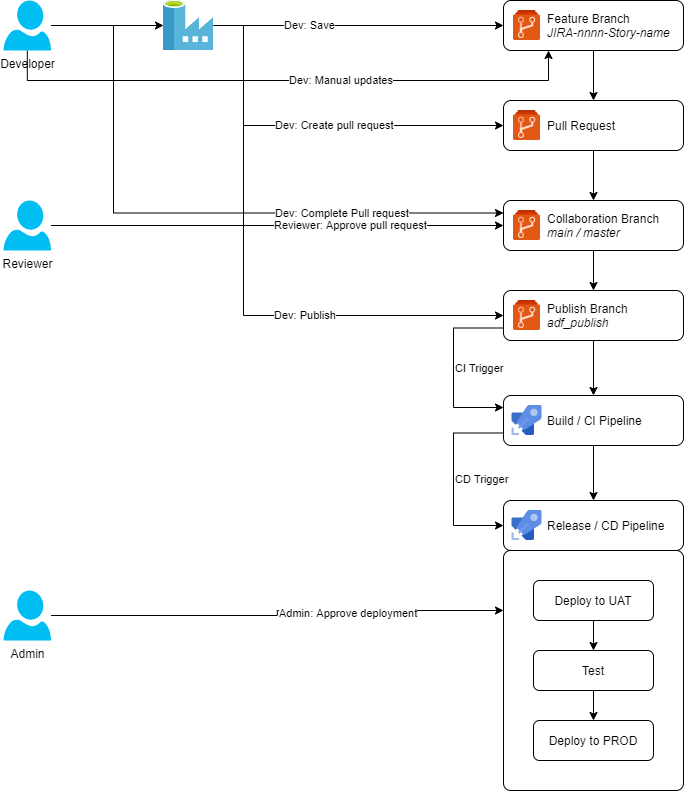
Earlier version of the draw.io export docs/azure/azure-data-factory-build-and-release/data-factory-build-and-release-cicd.png (ivangeorgiev/gems). Source tidied: cells renumbered, new cells last; positions are measured from the earlier drawing's top-left corner, leaving out a move shared by most shapes.
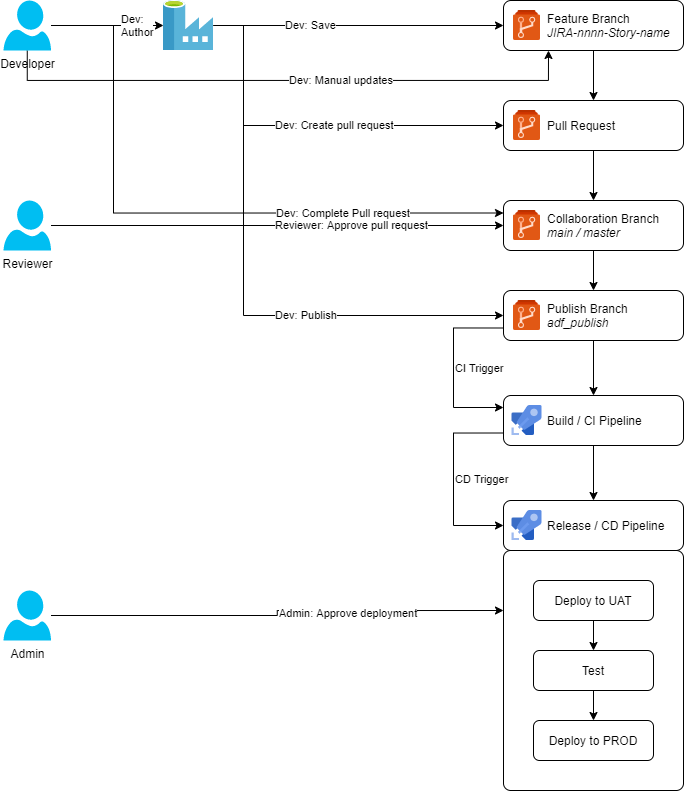
After the change.

Commit message:
Azure Data Factory CICD

Change to the diagram source:
```diff
@@ -50,8 +50,8 @@
     <mxCell id="11" style="html=1;points=[];align=center;image;fontSize=12;image=img/lib/mscae/Data_Factory.svg;" parent="1" vertex="1">
       <mxGeometry x="160" width="50" height="50" as="geometry" />
     </mxCell>
-    <mxCell id="12" style="edgeStyle=orthogonalEdgeStyle;rounded=0;jettySize=auto;html=1;" parent="1" edge="1" source="15" target="11">
-      <mxGeometry relative="1" as="geometry" />
+    <mxCell id="12" value="Dev: &lt;br&gt;Author" style="edgeStyle=orthogonalEdgeStyle;rounded=0;jettySize=auto;html=1;align=left;" parent="1" edge="1" source="15" target="11">
+      <mxGeometry x="0.22" relative="1" as="geometry" />
     </mxCell>
     <mxCell id="13" value="Dev: Complete Pull request" style="edgeStyle=orthogonalEdgeStyle;rounded=0;jettySize=auto;html=1;entryX=0;entryY=0.25;entryDx=0;entryDy=0;align=left;" parent="1" edge="1" source="15" target="20">
       <mxGeometry x="0.28" relative="1" as="geometry">
```
